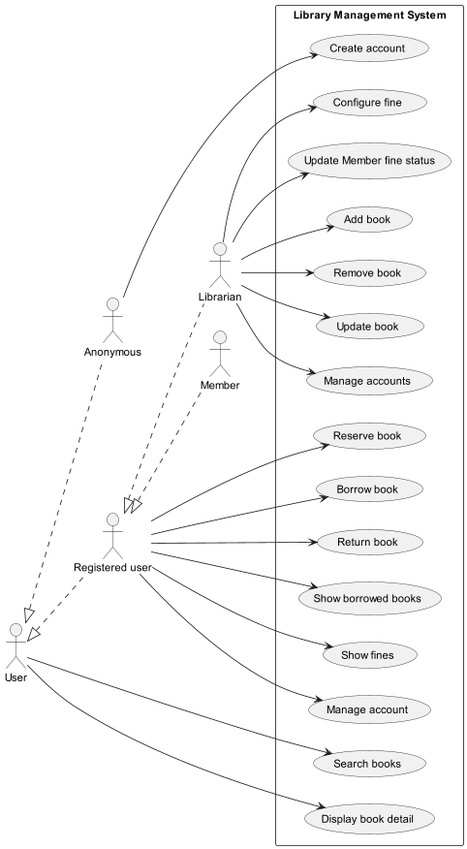
Earlier version of the PlantUML export puml/useCaseDiagram.png (Crytastic/library-management-system). The source it was exported from:
```plantuml
@startuml

left to right direction

actor Librarian
actor Member
actor Anonymous
actor User
actor "Registered user"

"Registered user" <|.. Librarian
"Registered user" <|.. Member
User <|.. "Registered user"
User <|.. Anonymous

rectangle "Library Management System" {
  usecase "Add book"
  usecase "Remove book"
  usecase "Update book"

  usecase "Search books"
  usecase "Display book detail"

  usecase "Reserve book"
  usecase "Borrow book"
  usecase "Return book"

  usecase "Show borrowed books"
  usecase "Show fines"

  usecase "Manage account"
  usecase "Manage accounts"

  usecase "Configure fine"
  usecase "Update Member fine status"

  usecase "Create account"
}

Anonymous --> "Create account"

User --> "Search books"
User --> "Display book detail"

Librarian --> "Add book"
Librarian --> "Remove book"
Librarian --> "Update book"
Librarian --> "Manage accounts"
Librarian --> "Configure fine"
Librarian --> "Update Member fine status"

"Registered user" --> "Reserve book"
"Registered user" --> "Borrow book"
"Registered user" --> "Return book"
"Registered user" --> "Show borrowed books"
"Registered user" --> "Show fines"
"Registered user" --> "Manage account"

@enduml
```
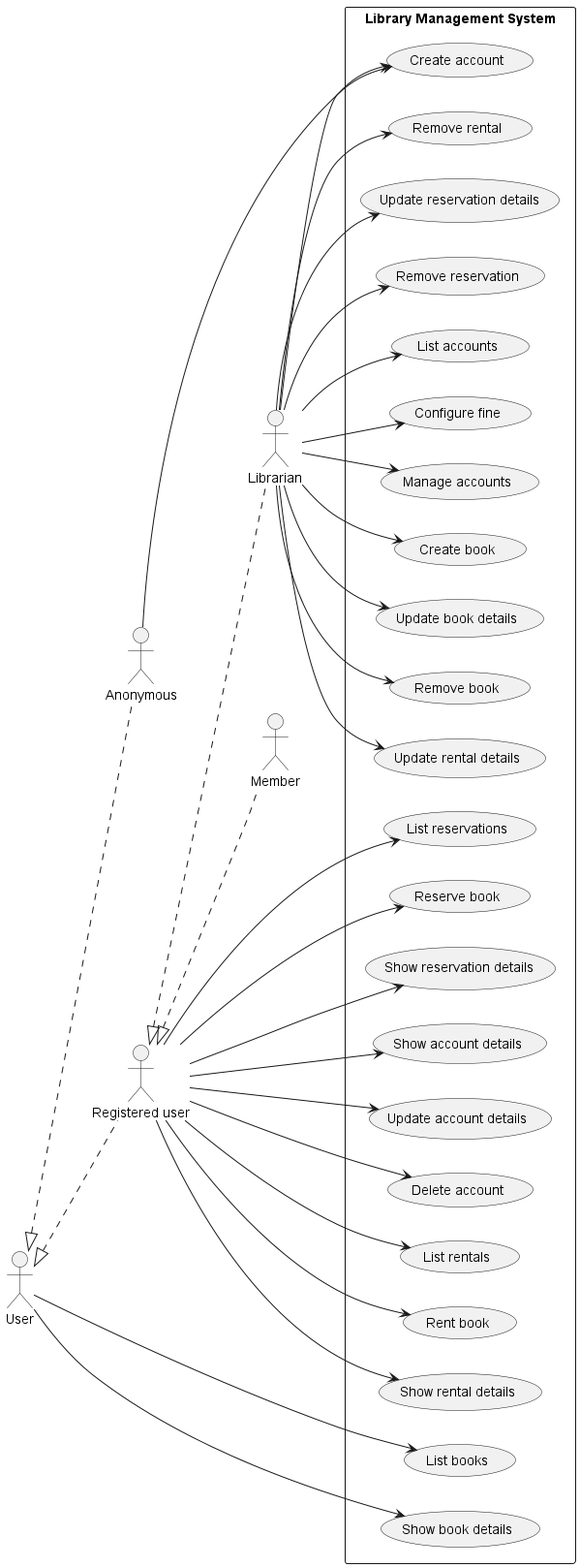
After the change.

What changed in the source:
```diff
@@ -14,46 +14,63 @@
 User <|.. Anonymous
 
 rectangle "Library Management System" {
-  usecase "Add book"
-  usecase "Remove book"
-  usecase "Update book"
 
-  usecase "Search books"
-  usecase "Display book detail"
+  usecase "List reservations"
+  usecase "Reserve book"
+  usecase "Show reservation details"
+  usecase "Update reservation details"
+  usecase "Remove reservation"
 
-  usecase "Reserve book"
-  usecase "Borrow book"
-  usecase "Return book"
-
-  usecase "Show borrowed books"
-  usecase "Show fines"
-
-  usecase "Manage account"
+  usecase "List accounts"
+  usecase "Create account"
+  usecase "Show account details"
+  usecase "Update account details"
+  usecase "Delete account"
   usecase "Manage accounts"
 
+  usecase "List books"
+  usecase "Create book"
+  usecase "Show book details"
+  usecase "Update book details"
+  usecase "Remove book"
+
+  usecase "List rentals"
+  usecase "Rent book"
+  usecase "Show rental details"
+  usecase "Update rental details"
+  usecase "Remove rental"
+
   usecase "Configure fine"
-  usecase "Update Member fine status"
 
-  usecase "Create account"
+
 }
 
 Anonymous --> "Create account"
 
-User --> "Search books"
-User --> "Display book detail"
+User --> "List books"
+User --> "Show book details"
 
-Librarian --> "Add book"
+Librarian --> "Update reservation details"
+Librarian --> "Remove reservation"
+Librarian --> "List accounts"
+Librarian --> "Create account"
+Librarian --> "Manage accounts"
+Librarian --> "Create book"
 Librarian --> "Remove book"
-Librarian --> "Update book"
-Librarian --> "Manage accounts"
+Librarian --> "Update book details"
 Librarian --> "Configure fine"
-Librarian --> "Update Member fine status"
+Librarian --> "Update rental details"
+Librarian --> "Remove rental"
 
+"Registered user" --> "List reservations"
 "Registered user" --> "Reserve book"
-"Registered user" --> "Borrow book"
-"Registered user" --> "Return book"
-"Registered user" --> "Show borrowed books"
-"Registered user" --> "Show fines"
-"Registered user" --> "Manage account"
+"Registered user" --> "Show reservation details"
+"Registered user" --> "Show account details"
+"Registered user" --> "Update account details"
+"Registered user" --> "Delete account"
+"Registered user" --> "List rentals"
+"Registered user" --> "Rent book"
+"Registered user" --> "Show rental details"
+
 
 @enduml
```
